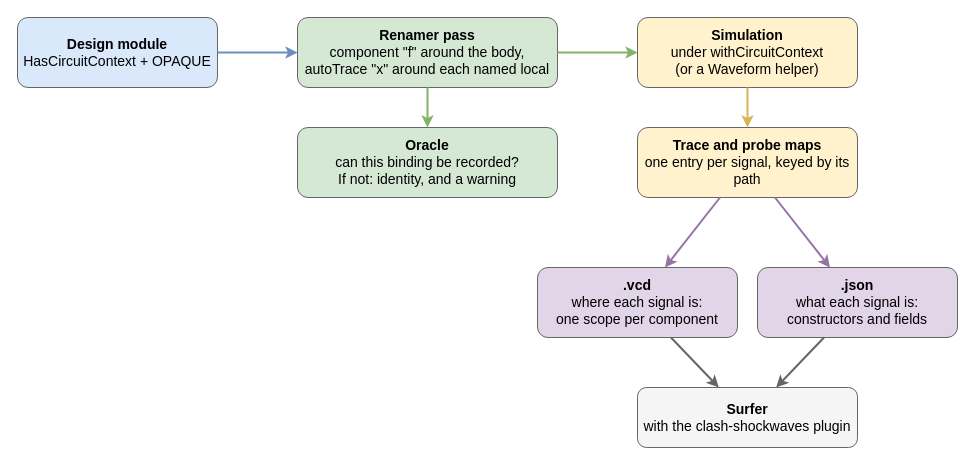
The draw.io diagram book/diagrams/pipeline.drawio in lmbollen/clash-circuit-context, before the edit. Source tidied: cells renumbered, new cells numbered last; positions are measured from the earlier drawing's top-left corner, leaving out a move shared by most shapes. Both pictures are drawn from the tidied source at 100%, with x=0, y=0 at pixel (17, 17).
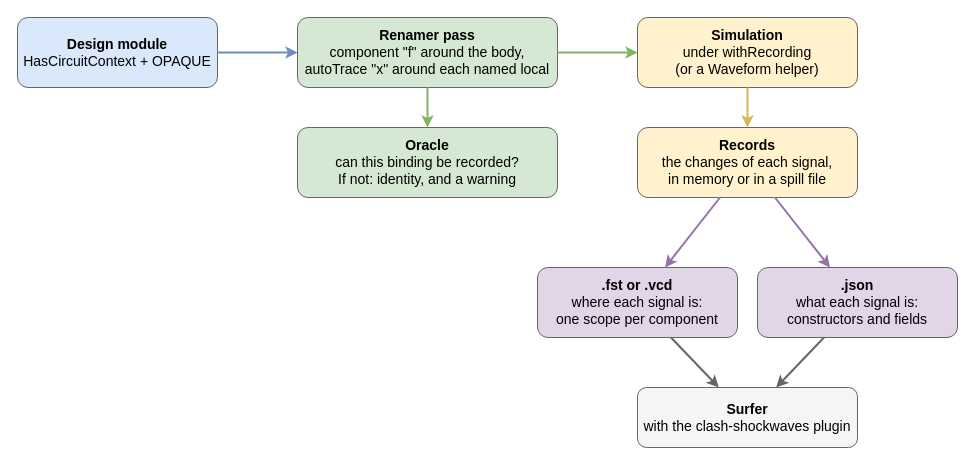
The same diagram, later.

The edit, as a diff of the source:
```diff
@@
 <mxGraphModel>
   <root>
     <mxCell id="0" />
     <mxCell id="1" parent="0" />
     <mxCell id="2" value="&lt;b&gt;Design module&lt;/b&gt;&lt;br&gt;HasCircuitContext + OPAQUE" style="rounded=1;whiteSpace=wrap;html=1;fontSize=14;fillColor=#dae8fc;strokeColor=#666666;" parent="1" vertex="1">
       <mxGeometry width="200" height="70" as="geometry" />
     </mxCell>
     <mxCell id="3" parent="0" />
     <mxCell id="4" value="&lt;b&gt;Renamer pass&lt;/b&gt;&lt;br&gt;component &quot;f&quot; around the body,&lt;br&gt;autoTrace &quot;x&quot; around each named local" style="rounded=1;whiteSpace=wrap;html=1;fontSize=14;fillColor=#d5e8d4;strokeColor=#666666;" parent="3" vertex="1">
       <mxGeometry x="280" width="260" height="70" as="geometry" />
     </mxCell>
     <mxCell id="5" value="&lt;b&gt;Oracle&lt;/b&gt;&lt;br&gt;can this binding be recorded?&lt;br&gt;If not: identity, and a warning" style="rounded=1;whiteSpace=wrap;html=1;fontSize=14;fillColor=#d5e8d4;strokeColor=#666666;" parent="3" vertex="1">
       <mxGeometry x="280" y="110" width="260" height="70" as="geometry" />
     </mxCell>
     <mxCell id="6" style="endArrow=classic;html=1;strokeWidth=2;strokeColor=#6c8ebf;" parent="3" edge="1" source="2" target="4">
       <mxGeometry relative="1" as="geometry" />
     </mxCell>
     <mxCell id="7" style="endArrow=classic;html=1;strokeWidth=2;strokeColor=#82b366;" parent="3" edge="1" source="4" target="5">
       <mxGeometry relative="1" as="geometry" />
     </mxCell>
     <mxCell id="8" parent="0" />
-    <mxCell id="9" value="&lt;b&gt;Simulation&lt;/b&gt;&lt;br&gt;under withCircuitContext&lt;br&gt;(or a Waveform helper)" style="rounded=1;whiteSpace=wrap;html=1;fontSize=14;fillColor=#fff2cc;strokeColor=#666666;" parent="8" vertex="1">
+    <mxCell id="9" value="&lt;b&gt;Simulation&lt;/b&gt;&lt;br&gt;under withRecording&lt;br&gt;(or a Waveform helper)" style="rounded=1;whiteSpace=wrap;html=1;fontSize=14;fillColor=#fff2cc;strokeColor=#666666;" parent="8" vertex="1">
       <mxGeometry x="620" width="220" height="70" as="geometry" />
     </mxCell>
-    <mxCell id="10" value="&lt;b&gt;Trace and probe maps&lt;/b&gt;&lt;br&gt;one entry per signal, keyed by its path" style="rounded=1;whiteSpace=wrap;html=1;fontSize=14;fillColor=#fff2cc;strokeColor=#666666;" parent="8" vertex="1">
+    <mxCell id="10" value="&lt;b&gt;Records&lt;/b&gt;&lt;br&gt;the changes of each signal,&lt;br&gt;in memory or in a spill file" style="rounded=1;whiteSpace=wrap;html=1;fontSize=14;fillColor=#fff2cc;strokeColor=#666666;" parent="8" vertex="1">
       <mxGeometry x="620" y="110" width="220" height="70" as="geometry" />
     </mxCell>
     <mxCell id="11" style="endArrow=classic;html=1;strokeWidth=2;strokeColor=#82b366;" parent="8" edge="1" source="4" target="9">
       <mxGeometry relative="1" as="geometry" />
     </mxCell>
     <mxCell id="12" style="endArrow=classic;html=1;strokeWidth=2;strokeColor=#d6b656;flowAnimation=1;" parent="8" edge="1" source="9" target="10">
       <mxGeometry relative="1" as="geometry" />
     </mxCell>
     <mxCell id="13" parent="0" />
-    <mxCell id="14" value="&lt;b&gt;.vcd&lt;/b&gt;&lt;br&gt;where each signal is:&lt;br&gt;one scope per component" style="rounded=1;whiteSpace=wrap;html=1;fontSize=14;fillColor=#e1d5e7;strokeColor=#666666;" parent="13" vertex="1">
+    <mxCell id="14" value="&lt;b&gt;.fst or .vcd&lt;/b&gt;&lt;br&gt;where each signal is:&lt;br&gt;one scope per component" style="rounded=1;whiteSpace=wrap;html=1;fontSize=14;fillColor=#e1d5e7;strokeColor=#666666;" parent="13" vertex="1">
       <mxGeometry x="520" y="250" width="200" height="70" as="geometry" />
     </mxCell>
     <mxCell id="15" value="&lt;b&gt;.json&lt;/b&gt;&lt;br&gt;what each signal is:&lt;br&gt;constructors and fields" style="rounded=1;whiteSpace=wrap;html=1;fontSize=14;fillColor=#e1d5e7;strokeColor=#666666;" parent="13" vertex="1">
       <mxGeometry x="740" y="250" width="200" height="70" as="geometry" />
     </mxCell>
     <mxCell id="16" value="&lt;b&gt;Surfer&lt;/b&gt;&lt;br&gt;with the clash-shockwaves plugin" style="rounded=1;whiteSpace=wrap;html=1;fontSize=14;fillColor=#f5f5f5;strokeColor=#666666;" parent="13" vertex="1">
       <mxGeometry x="620" y="370" width="220" height="60" as="geometry" />
     </mxCell>
     <mxCell id="17" style="endArrow=classic;html=1;strokeWidth=2;strokeColor=#9673a6;" parent="13" edge="1" source="10" target="14">
       <mxGeometry relative="1" as="geometry" />
     </mxCell>
     <mxCell id="18" style="endArrow=classic;html=1;strokeWidth=2;strokeColor=#9673a6;" parent="13" edge="1" source="10" target="15">
       <mxGeometry relative="1" as="geometry" />
     </mxCell>
     <mxCell id="19" style="endArrow=classic;html=1;strokeWidth=2;strokeColor=#666666;" parent="13" edge="1" source="14" target="16">
       <mxGeometry relative="1" as="geometry" />
     </mxCell>
     <mxCell id="20" style="endArrow=classic;html=1;strokeWidth=2;strokeColor=#666666;" parent="13" edge="1" source="15" target="16">
       <mxGeometry relative="1" as="geometry" />
     </mxCell>
   </root>
 </mxGraphModel>
```
